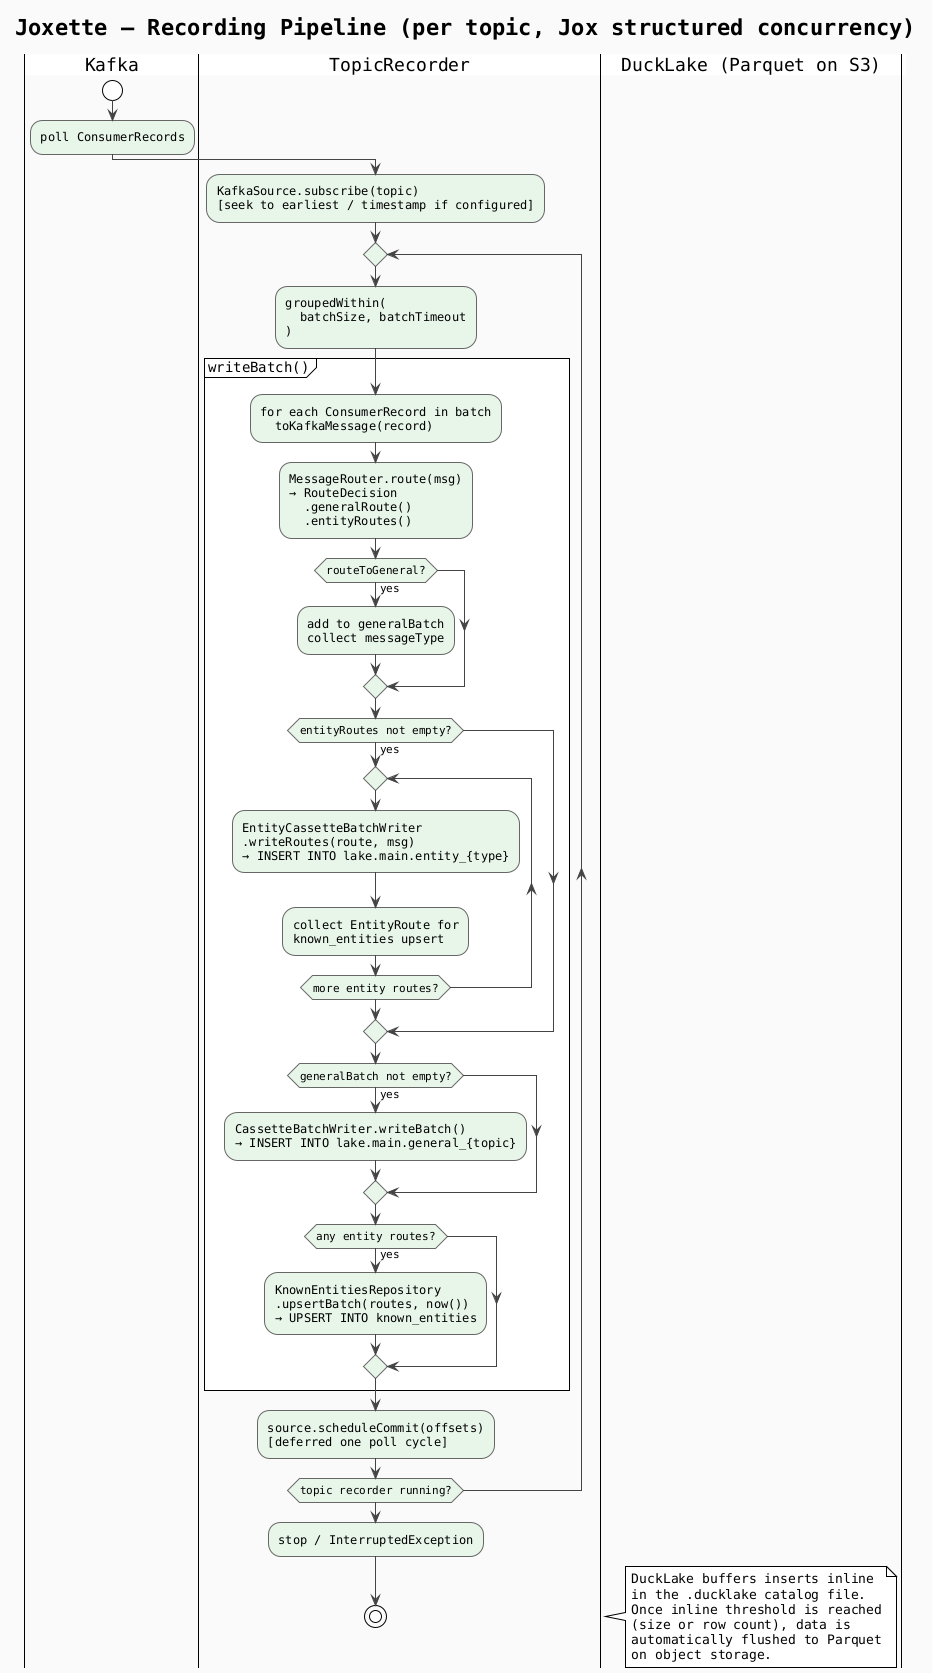
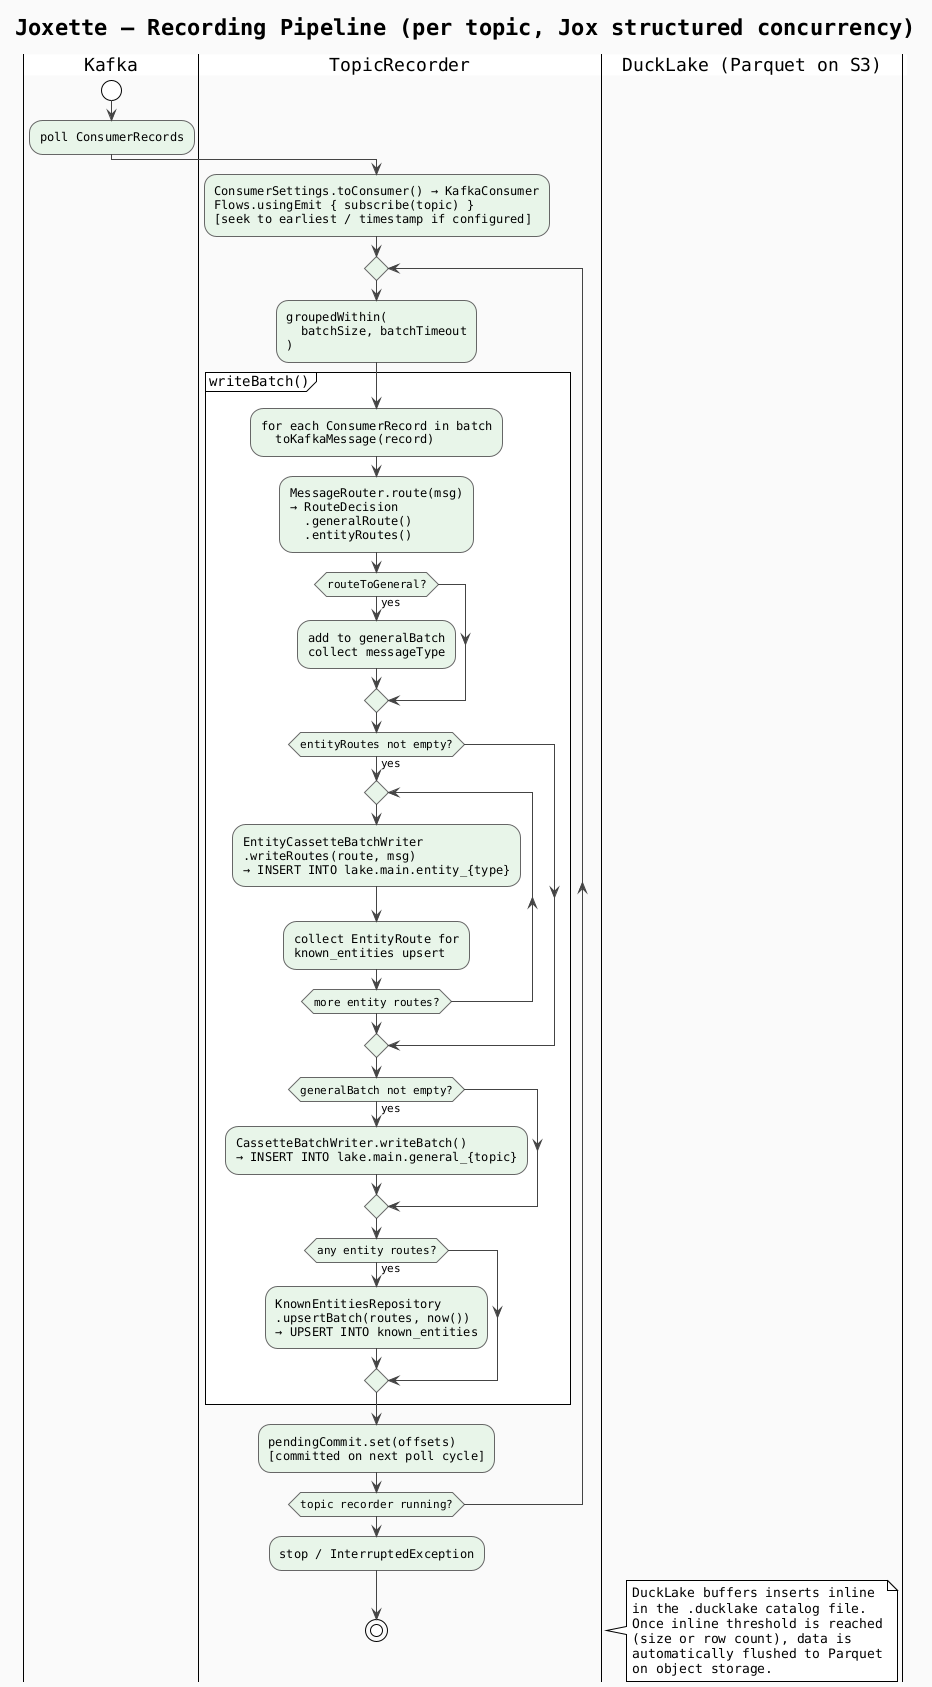
@startuml recording-pipeline
!theme plain
skinparam backgroundColor #FAFAFA
skinparam defaultFontName monospaced
skinparam ArrowColor #444444
skinparam ActivityBorderColor #666666
skinparam ActivityBackgroundColor #e8f5e9

title Joxette — Recording Pipeline (per topic, Jox structured concurrency)

|Kafka|
start
:poll ConsumerRecords;

|TopicRecorder|
- :KafkaSource.subscribe(topic)\n[seek to earliest / timestamp if configured];
+ :ConsumerSettings.toConsumer() → KafkaConsumer\nFlows.usingEmit { subscribe(topic) }\n[seek to earliest / timestamp if configured];

repeat
  :groupedWithin(\n  batchSize, batchTimeout\n);

  partition "writeBatch()" {
    :for each ConsumerRecord in batch\n  toKafkaMessage(record);
    :MessageRouter.route(msg)\n→ RouteDecision\n  .generalRoute()\n  .entityRoutes();

    if (routeToGeneral?) then (yes)
      :add to generalBatch\ncollect messageType;
    endif

    if (entityRoutes not empty?) then (yes)
      repeat
        :EntityCassetteBatchWriter\n.writeRoutes(route, msg)\n→ INSERT INTO lake.main.entity_{type};
        :collect EntityRoute for\nknown_entities upsert;
      repeat while (more entity routes?)
    endif

    if (generalBatch not empty?) then (yes)
      :CassetteBatchWriter.writeBatch()\n→ INSERT INTO lake.main.general_{topic};
    endif

    if (any entity routes?) then (yes)
      :KnownEntitiesRepository\n.upsertBatch(routes, now())\n→ UPSERT INTO known_entities;
    endif
  }

-   :source.scheduleCommit(offsets)\n[deferred one poll cycle];
+   :pendingCommit.set(offsets)\n[committed on next poll cycle];

repeat while (topic recorder running?)

:stop / InterruptedException;
stop

|DuckLake (Parquet on S3)|
note right
  DuckLake buffers inserts inline
  in the .ducklake catalog file.
  Once inline threshold is reached
  (size or row count), data is
  automatically flushed to Parquet
  on object storage.
end note

@enduml
